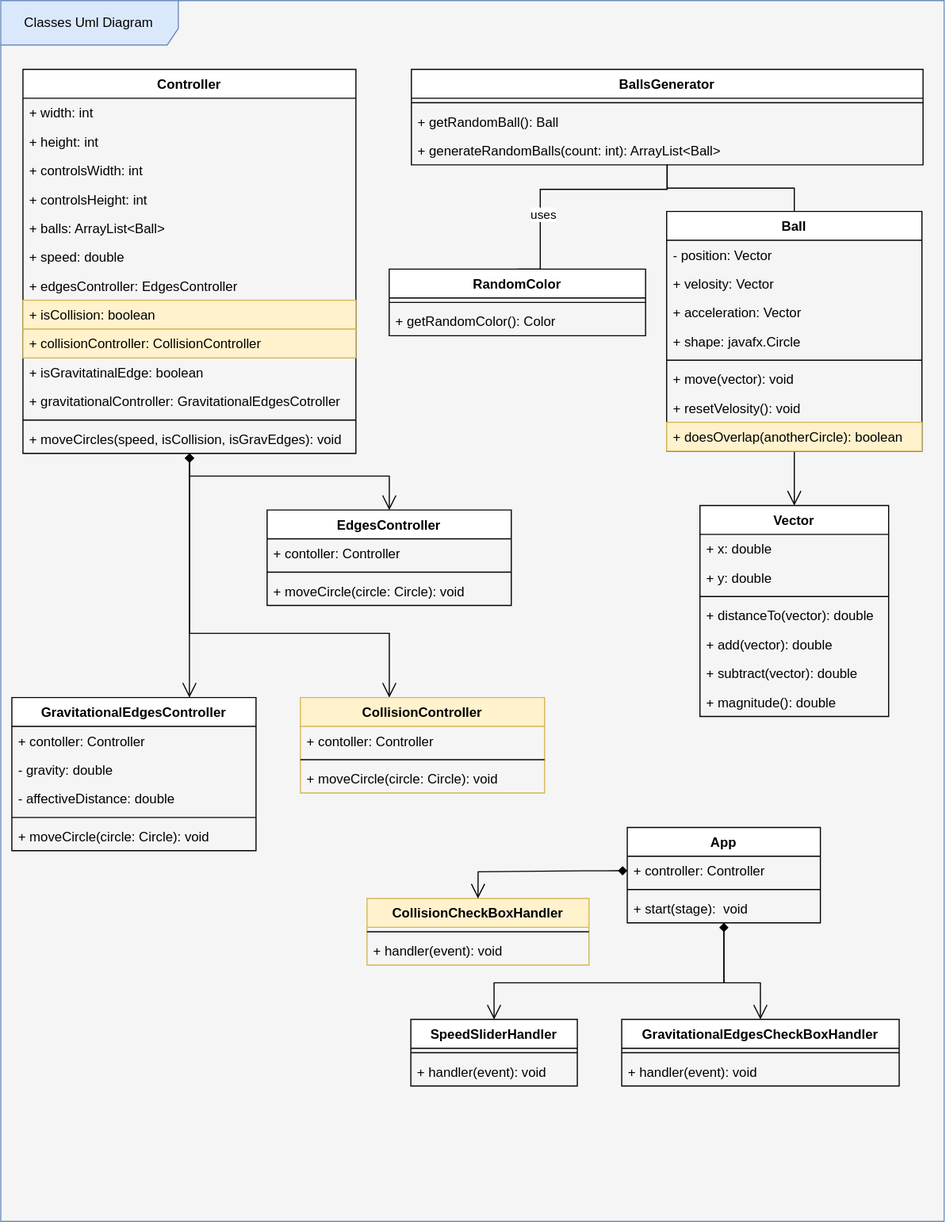
This is bouncing-balls-class-uml.svg from MuhammadSawalhy/bouncing-balls-javafx, a draw.io export, as it was before one commit. Source tidied: cells renumbered, new cells last; positions are measured from the earlier drawing's top-left corner, leaving out a move shared by most shapes.
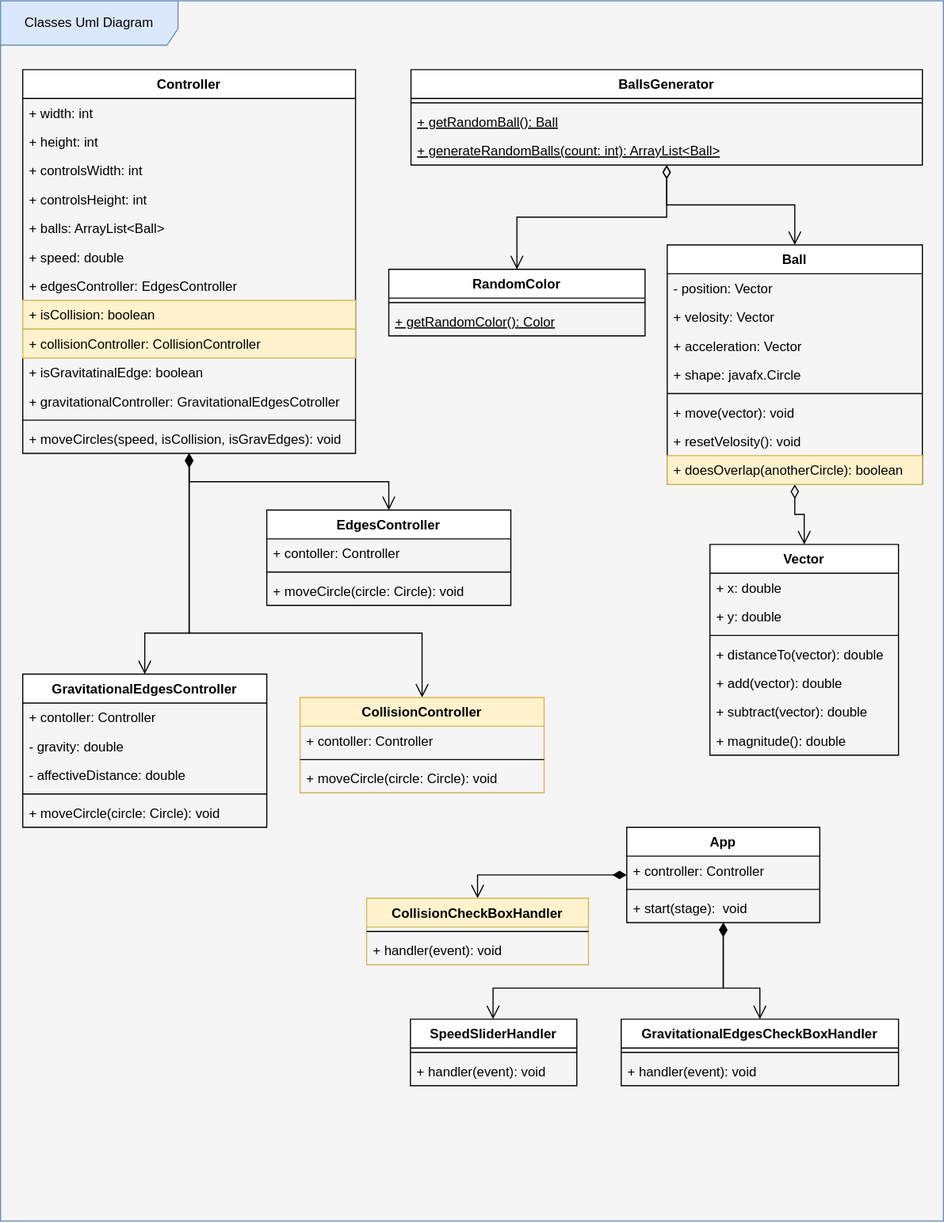
The same file after the commit.

Commit message:
Update arrows and relations in the UML diagram

Not sure yet about them

The edit, as a diff of the source:
```diff
@@ -5,22 +5,22 @@
     <mxCell id="2" value="Classes Uml Diagram" style="shape=umlFrame;whiteSpace=wrap;html=1;fillColor=#dae8fc;strokeColor=#6c8ebf;gradientColor=none;swimlaneFillColor=#F5F5F5;width=160;height=40;" parent="1" vertex="1">
       <mxGeometry width="850" height="1100" as="geometry" />
     </mxCell>
-    <mxCell id="3" style="edgeStyle=orthogonalEdgeStyle;rounded=0;jettySize=auto;html=1;startArrow=diamond;startFill=1;endArrow=open;endFill=0;startSize=6;endSize=11;" parent="1" edge="1" source="6" target="36">
+    <mxCell id="3" style="edgeStyle=orthogonalEdgeStyle;rounded=0;jettySize=auto;html=1;startArrow=diamondThin;startFill=1;endArrow=open;endFill=0;startSize=10;endSize=10;strokeWidth=1;" parent="1" edge="1" source="6" target="36">
       <mxGeometry relative="1" as="geometry" />
     </mxCell>
-    <mxCell id="4" style="edgeStyle=orthogonalEdgeStyle;rounded=0;jettySize=auto;html=1;startArrow=diamond;startFill=1;endArrow=open;endFill=0;startSize=6;endSize=11;" parent="1" edge="1" source="6" target="40">
+    <mxCell id="4" style="edgeStyle=orthogonalEdgeStyle;rounded=0;jettySize=auto;html=1;startArrow=diamondThin;startFill=1;endArrow=open;endFill=0;startSize=10;endSize=10;strokeWidth=1;" parent="1" edge="1" source="6" target="40">
       <mxGeometry relative="1" as="geometry">
         <Array as="points">
-          <mxPoint x="163" y="360" />
-          <mxPoint x="120" y="360" />
+          <mxPoint x="170" y="570" />
+          <mxPoint x="130" y="570" />
         </Array>
       </mxGeometry>
     </mxCell>
-    <mxCell id="5" style="edgeStyle=orthogonalEdgeStyle;rounded=0;jettySize=auto;html=1;startArrow=diamond;startFill=1;endArrow=open;endFill=0;startSize=6;endSize=11;" parent="1" edge="1" source="6" target="46">
+    <mxCell id="5" style="edgeStyle=orthogonalEdgeStyle;rounded=0;jettySize=auto;html=1;entryX=0.5;entryY=0;entryDx=0;entryDy=0;startArrow=diamondThin;startFill=1;endArrow=open;endFill=0;startSize=10;endSize=10;strokeWidth=1;" parent="1" edge="1" source="6" target="46">
       <mxGeometry relative="1" as="geometry">
         <Array as="points">
           <mxPoint x="170" y="570" />
-          <mxPoint x="350" y="570" />
+          <mxPoint x="380" y="570" />
         </Array>
       </mxGeometry>
     </mxCell>
@@ -66,22 +66,25 @@
     <mxCell id="19" value="+ moveCircles(speed, isCollision, isGravEdges): void" style="text;strokeColor=none;fillColor=none;align=left;verticalAlign=top;spacingLeft=4;spacingRight=4;overflow=hidden;shadow=0;" parent="6" vertex="1">
       <mxGeometry y="320" width="300" height="26" as="geometry" />
     </mxCell>
+    <mxCell id="78" style="edgeStyle=orthogonalEdgeStyle;rounded=0;jettySize=auto;html=1;entryX=0.5;entryY=0;entryDx=0;entryDy=0;startArrow=diamondThin;startFill=1;endArrow=open;endFill=0;startSize=10;endSize=10;strokeWidth=1;" parent="1" edge="1" source="22" target="68">
+      <mxGeometry relative="1" as="geometry" />
+    </mxCell>
+    <mxCell id="21" style="edgeStyle=orthogonalEdgeStyle;rounded=0;jettySize=auto;html=1;entryX=0.5;entryY=0;entryDx=0;entryDy=0;startArrow=diamondThin;startFill=1;endArrow=open;endFill=0;startSize=10;endSize=10;strokeWidth=1;" parent="1" edge="1" source="22" target="71">
+      <mxGeometry relative="1" as="geometry">
+        <Array as="points">
+          <mxPoint x="652" y="890" />
+          <mxPoint x="684" y="890" />
+        </Array>
+      </mxGeometry>
+    </mxCell>
-    <mxCell id="20" style="edgeStyle=orthogonalEdgeStyle;rounded=0;jettySize=auto;html=1;startArrow=diamond;startFill=1;endArrow=open;endFill=0;startSize=6;endSize=11;entryX=0.5;entryY=0;entryDx=0;entryDy=0;" parent="1" edge="1" source="22" target="74">
+    <mxCell id="20" style="edgeStyle=orthogonalEdgeStyle;rounded=0;jettySize=auto;html=1;startArrow=diamondThin;startFill=1;endArrow=open;endFill=0;startSize=10;endSize=10;strokeWidth=1;" parent="1" edge="1" source="22" target="74">
       <mxGeometry relative="1" as="geometry">
         <Array as="points">
-          <mxPoint x="651.5" y="885" />
-          <mxPoint x="444.5" y="885" />
+          <mxPoint x="652" y="890" />
+          <mxPoint x="444" y="890" />
         </Array>
       </mxGeometry>
     </mxCell>
-    <mxCell id="21" style="edgeStyle=orthogonalEdgeStyle;rounded=0;jettySize=auto;html=1;startArrow=none;startFill=0;endArrow=open;endFill=0;startSize=6;endSize=11;" parent="1" edge="1" source="22" target="71">
-      <mxGeometry relative="1" as="geometry">
-        <Array as="points">
-          <mxPoint x="651.5" y="885" />
-          <mxPoint x="684.5" y="885" />
-        </Array>
-      </mxGeometry>
-    </mxCell>
     <mxCell id="22" value="App" style="swimlane;fontStyle=1;align=center;verticalAlign=top;horizontal=1;startSize=26;shadow=0;" parent="1" vertex="1">
       <mxGeometry x="564.5" y="745" width="174" height="86" as="geometry" />
     </mxCell>
@@ -94,20 +97,10 @@
     <mxCell id="25" value="+ start(stage):  void" style="text;strokeColor=none;fillColor=none;align=left;verticalAlign=top;spacingLeft=4;spacingRight=4;overflow=hidden;shadow=0;" parent="22" vertex="1">
       <mxGeometry y="60" width="174" height="26" as="geometry" />
     </mxCell>
-    <mxCell id="26" style="edgeStyle=orthogonalEdgeStyle;rounded=0;jettySize=auto;html=1;entryX=0.5;entryY=0;entryDx=0;entryDy=0;startArrow=none;startFill=0;endArrow=none;endFill=0;startSize=6;endSize=11;" parent="1" edge="1" source="29" target="33">
-      <mxGeometry relative="1" as="geometry">
-        <Array as="points">
-          <mxPoint x="600" y="170" />
-          <mxPoint x="486" y="170" />
-        </Array>
-      </mxGeometry>
+    <mxCell id="26" style="edgeStyle=orthogonalEdgeStyle;rounded=0;jettySize=auto;html=1;entryX=0.5;entryY=0;entryDx=0;entryDy=0;startArrow=diamondThin;startFill=0;endArrow=open;endFill=0;startSize=10;endSize=10;strokeWidth=1;" parent="1" edge="1" source="29" target="33">
+      <mxGeometry relative="1" as="geometry" />
     </mxCell>
-    <mxCell id="27" value="uses" style="edgeLabel;html=1;align=center;verticalAlign=middle;" parent="26" vertex="1">
-      <mxGeometry x="0.18" y="1" relative="1" as="geometry">
-        <mxPoint y="21" as="offset" />
-      </mxGeometry>
-    </mxCell>
-    <mxCell id="28" style="edgeStyle=orthogonalEdgeStyle;rounded=0;jettySize=auto;html=1;startArrow=none;startFill=0;endArrow=none;endFill=0;startSize=6;endSize=11;" parent="1" edge="1" source="29" target="51">
+    <mxCell id="28" style="edgeStyle=orthogonalEdgeStyle;rounded=0;jettySize=auto;html=1;startArrow=diamondThin;startFill=0;endArrow=open;endFill=0;startSize=10;endSize=10;strokeWidth=1;" parent="1" edge="1" source="29" target="51">
       <mxGeometry relative="1" as="geometry" />
     </mxCell>
     <mxCell id="29" value="BallsGenerator" style="swimlane;fontStyle=1;align=center;verticalAlign=top;horizontal=1;startSize=26;shadow=0;" parent="1" vertex="1">
@@ -116,10 +109,10 @@
     <mxCell id="30" style="line;strokeWidth=1;fillColor=none;align=left;verticalAlign=middle;spacingTop=-1;spacingLeft=3;spacingRight=3;labelPosition=right;shadow=0;" parent="29" vertex="1">
       <mxGeometry y="26" width="461" height="8" as="geometry" />
     </mxCell>
-    <mxCell id="31" value="+ getRandomBall(): Ball" style="text;strokeColor=none;fillColor=none;align=left;verticalAlign=top;spacingLeft=4;spacingRight=4;overflow=hidden;shadow=0;" parent="29" vertex="1">
+    <mxCell id="31" value="+ getRandomBall(): Ball" style="text;strokeColor=none;fillColor=none;align=left;verticalAlign=top;spacingLeft=4;spacingRight=4;overflow=hidden;shadow=0;fontStyle=4;" parent="29" vertex="1">
       <mxGeometry y="34" width="461" height="26" as="geometry" />
     </mxCell>
-    <mxCell id="32" value="+ generateRandomBalls(count: int): ArrayList&lt;Ball&gt;" style="text;strokeColor=none;fillColor=none;align=left;verticalAlign=top;spacingLeft=4;spacingRight=4;overflow=hidden;shadow=0;" parent="29" vertex="1">
+    <mxCell id="32" value="+ generateRandomBalls(count: int): ArrayList&lt;Ball&gt;" style="text;strokeColor=none;fillColor=none;align=left;verticalAlign=top;spacingLeft=4;spacingRight=4;overflow=hidden;shadow=0;fontStyle=4;" parent="29" vertex="1">
       <mxGeometry y="60" width="461" height="26" as="geometry" />
     </mxCell>
     <mxCell id="33" value="RandomColor" style="swimlane;fontStyle=1;align=center;verticalAlign=top;horizontal=1;startSize=26;shadow=0;" parent="1" vertex="1">
@@ -128,7 +121,7 @@
     <mxCell id="34" style="line;strokeWidth=1;fillColor=none;align=left;verticalAlign=middle;spacingTop=-1;spacingLeft=3;spacingRight=3;labelPosition=right;shadow=0;" parent="33" vertex="1">
       <mxGeometry y="26" width="231" height="8" as="geometry" />
     </mxCell>
-    <mxCell id="35" value="+ getRandomColor(): Color" style="text;strokeColor=none;fillColor=none;align=left;verticalAlign=top;spacingLeft=4;spacingRight=4;overflow=hidden;shadow=0;" parent="33" vertex="1">
+    <mxCell id="35" value="+ getRandomColor(): Color" style="text;strokeColor=none;fillColor=none;align=left;verticalAlign=top;spacingLeft=4;spacingRight=4;overflow=hidden;shadow=0;fontStyle=4;" parent="33" vertex="1">
       <mxGeometry y="34" width="231" height="26" as="geometry" />
     </mxCell>
     <mxCell id="36" value="EdgesController" style="swimlane;fontStyle=1;align=center;verticalAlign=top;horizontal=1;startSize=26;shadow=0;" parent="1" vertex="1">
@@ -144,7 +137,7 @@
       <mxGeometry y="60" width="220" height="26" as="geometry" />
     </mxCell>
     <mxCell id="40" value="GravitationalEdgesController" style="swimlane;fontStyle=1;align=center;verticalAlign=top;horizontal=1;startSize=26;shadow=0;" parent="1" vertex="1">
-      <mxGeometry x="10" y="628" width="220" height="138" as="geometry" />
+      <mxGeometry x="20" y="607" width="220" height="138" as="geometry" />
     </mxCell>
     <mxCell id="41" value="+ contoller: Controller" style="text;strokeColor=none;fillColor=none;align=left;verticalAlign=top;spacingLeft=4;spacingRight=4;overflow=hidden;shadow=0;" parent="40" vertex="1">
       <mxGeometry y="26" width="220" height="26" as="geometry" />
@@ -173,11 +166,11 @@
     <mxCell id="49" value="+ moveCircle(circle: Circle): void" style="text;strokeColor=none;fillColor=none;align=left;verticalAlign=top;spacingLeft=4;spacingRight=4;overflow=hidden;shadow=0;" parent="46" vertex="1">
       <mxGeometry y="60" width="220" height="26" as="geometry" />
     </mxCell>
-    <mxCell id="50" style="edgeStyle=orthogonalEdgeStyle;rounded=0;jettySize=auto;html=1;startArrow=none;startFill=0;endArrow=open;endFill=0;startSize=6;endSize=11;" parent="1" edge="1" source="51" target="60">
+    <mxCell id="50" style="edgeStyle=orthogonalEdgeStyle;rounded=0;jettySize=auto;html=1;entryX=0.5;entryY=0;entryDx=0;entryDy=0;startArrow=diamondThin;startFill=0;endArrow=open;endFill=0;startSize=10;endSize=10;strokeWidth=1;" parent="1" edge="1" source="51" target="60">
       <mxGeometry relative="1" as="geometry" />
     </mxCell>
     <mxCell id="51" value="Ball" style="swimlane;fontStyle=1;align=center;verticalAlign=top;horizontal=1;startSize=26;shadow=0;" parent="1" vertex="1">
-      <mxGeometry x="600" y="190" width="230" height="216" as="geometry" />
+      <mxGeometry x="601" y="220" width="230" height="216" as="geometry" />
     </mxCell>
     <mxCell id="52" value="- position: Vector" style="text;strokeColor=none;fillColor=none;align=left;verticalAlign=top;spacingLeft=4;spacingRight=4;overflow=hidden;shadow=0;" parent="51" vertex="1">
       <mxGeometry y="26" width="230" height="26" as="geometry" />
@@ -204,7 +197,7 @@
       <mxGeometry y="190" width="230" height="26" as="geometry" />
     </mxCell>
     <mxCell id="60" value="Vector" style="swimlane;fontStyle=1;align=center;verticalAlign=top;horizontal=1;startSize=26;shadow=0;" parent="1" vertex="1">
-      <mxGeometry x="630" y="455" width="170" height="190" as="geometry" />
+      <mxGeometry x="639.5" y="490" width="170" height="190" as="geometry" />
     </mxCell>
     <mxCell id="61" value="+ x: double" style="text;strokeColor=none;fillColor=none;align=left;verticalAlign=top;spacingLeft=4;spacingRight=4;overflow=hidden;shadow=0;" parent="60" vertex="1">
       <mxGeometry y="26" width="170" height="26" as="geometry" />
@@ -254,13 +247,5 @@
     <mxCell id="76" value="+ handler(event): void" style="text;strokeColor=none;fillColor=none;align=left;verticalAlign=top;spacingLeft=4;spacingRight=4;overflow=hidden;shadow=0;" parent="74" vertex="1">
       <mxGeometry y="34" width="150" height="26" as="geometry" />
     </mxCell>
-    <mxCell id="77" style="edgeStyle=orthogonalEdgeStyle;rounded=0;jettySize=auto;html=1;entryX=0.5;entryY=0;entryDx=0;entryDy=0;startArrow=diamond;startFill=1;endArrow=open;endFill=0;startSize=6;endSize=11;exitX=0;exitY=0.5;exitDx=0;exitDy=0;" parent="1" edge="1" source="23" target="68">
-      <mxGeometry relative="1" as="geometry">
-        <Array as="points">
-          <mxPoint x="524.5" y="784" />
-          <mxPoint x="204.5" y="785" />
-        </Array>
-      </mxGeometry>
-    </mxCell>
   </root>
 </mxGraphModel>
```
